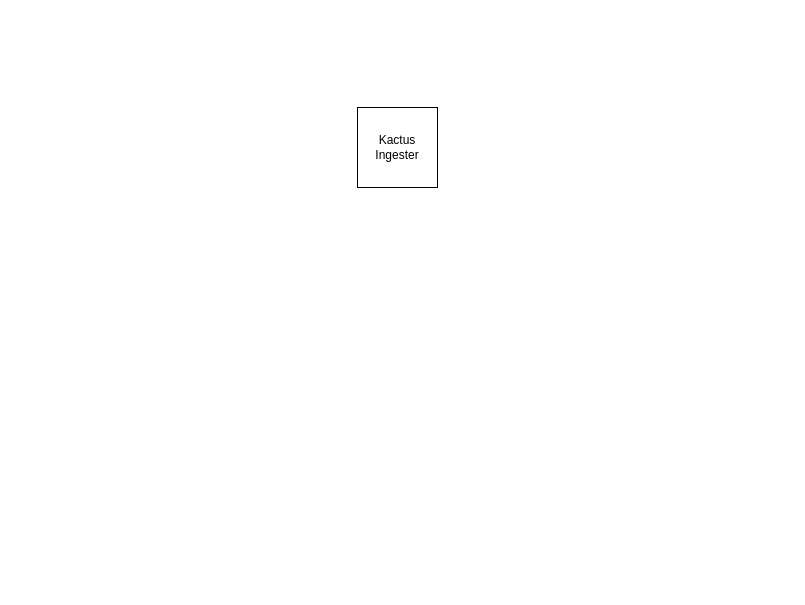
This is Catenary Architecture.drawio from CatenaryMaps/diagrams, a draw.io file, before an edit. Source tidied: cells renumbered, new cells numbered last; positions are measured from the earlier drawing's top-left corner, leaving out a move shared by most shapes. Both pictures are drawn from the tidied source at 100%, with x=0, y=0 at pixel (357, 107).
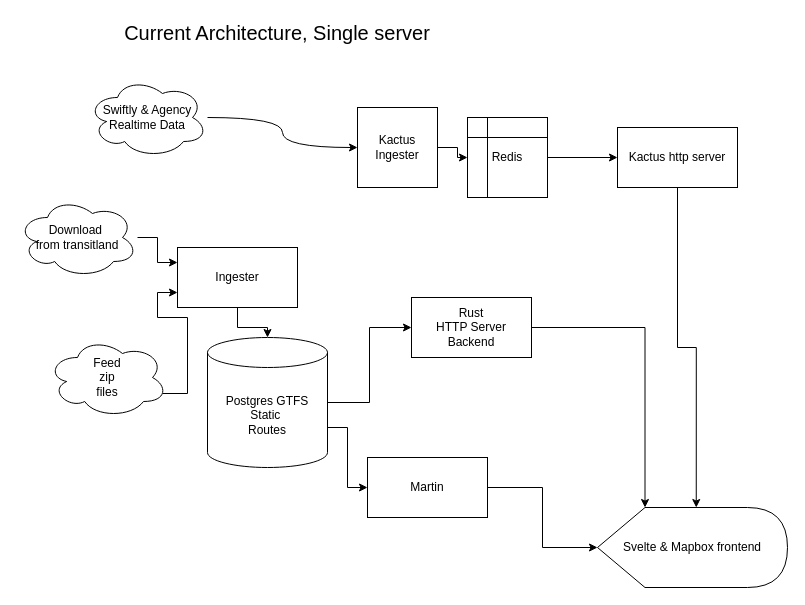
After the change.

Commit message:
Make current arch

The change refers to these unchanged cells:
```xml
<mxCell id="2" value="Kactus Ingester" style="whiteSpace=wrap;html=1;" parent="1" vertex="1">
  <mxGeometry width="80" height="80" as="geometry" />
</mxCell>
```

Change to the diagram source:
```diff
@@
+    <mxCell id="3" style="edgeStyle=orthogonalEdgeStyle;rounded=0;jettySize=auto;html=1;" parent="1" edge="1" source="2" target="12">
+      <mxGeometry relative="1" as="geometry" />
+    </mxCell>
@@
+    <mxCell id="4" style="edgeStyle=orthogonalEdgeStyle;rounded=0;jettySize=auto;html=1;curved=1;" parent="1" edge="1" source="5" target="2">
+      <mxGeometry relative="1" as="geometry" />
+    </mxCell>
+    <mxCell id="5" value="Swiftly &amp;amp; Agency&lt;br&gt;Realtime Data&lt;br&gt;" style="ellipse;shape=cloud;whiteSpace=wrap;html=1;" parent="1" vertex="1">
+      <mxGeometry x="-270" y="-30" width="120" height="80" as="geometry" />
+    </mxCell>
+    <mxCell id="6" style="edgeStyle=orthogonalEdgeStyle;rounded=0;jettySize=auto;html=1;" parent="1" edge="1" source="7" target="10">
+      <mxGeometry relative="1" as="geometry" />
+    </mxCell>
+    <mxCell id="7" value="Ingester" style="rounded=0;whiteSpace=wrap;html=1;" parent="1" vertex="1">
+      <mxGeometry x="-180" y="140" width="120" height="60" as="geometry" />
+    </mxCell>
+    <mxCell id="8" style="edgeStyle=orthogonalEdgeStyle;rounded=0;jettySize=auto;html=1;entryX=0;entryY=0.5;entryDx=0;entryDy=0;" parent="1" edge="1" source="10" target="18">
+      <mxGeometry relative="1" as="geometry" />
+    </mxCell>
+    <mxCell id="9" style="edgeStyle=orthogonalEdgeStyle;rounded=0;jettySize=auto;html=1;exitX=1;exitY=0;exitDx=0;exitDy=90;exitPerimeter=0;entryX=0;entryY=0.5;entryDx=0;entryDy=0;" parent="1" edge="1" source="10" target="21">
+      <mxGeometry relative="1" as="geometry" />
+    </mxCell>
+    <mxCell id="10" value="Postgres GTFS Static&amp;nbsp;&lt;br&gt;Routes" style="shape=cylinder3;whiteSpace=wrap;html=1;boundedLbl=1;backgroundOutline=1;size=15;" parent="1" vertex="1">
+      <mxGeometry x="-150" y="230" width="120" height="130" as="geometry" />
+    </mxCell>
+    <mxCell id="11" style="edgeStyle=orthogonalEdgeStyle;rounded=0;jettySize=auto;html=1;" parent="1" edge="1" source="12" target="19">
+      <mxGeometry relative="1" as="geometry" />
+    </mxCell>
+    <mxCell id="12" value="Redis" style="shape=internalStorage;whiteSpace=wrap;html=1;backgroundOutline=1;" parent="1" vertex="1">
+      <mxGeometry x="110" y="10" width="80" height="80" as="geometry" />
+    </mxCell>
+    <mxCell id="13" style="edgeStyle=orthogonalEdgeStyle;rounded=0;jettySize=auto;html=1;entryX=0;entryY=0.25;entryDx=0;entryDy=0;" parent="1" edge="1" source="14" target="7">
+      <mxGeometry relative="1" as="geometry" />
+    </mxCell>
+    <mxCell id="14" value="Download&amp;nbsp;&lt;br&gt;from transitland" style="ellipse;shape=cloud;whiteSpace=wrap;html=1;" parent="1" vertex="1">
+      <mxGeometry x="-340" y="90" width="120" height="80" as="geometry" />
+    </mxCell>
+    <mxCell id="15" style="edgeStyle=orthogonalEdgeStyle;rounded=0;jettySize=auto;html=1;exitX=0.96;exitY=0.7;exitDx=0;exitDy=0;exitPerimeter=0;entryX=0;entryY=0.75;entryDx=0;entryDy=0;" parent="1" edge="1" source="16" target="7">
+      <mxGeometry relative="1" as="geometry" />
+    </mxCell>
+    <mxCell id="16" value="Feed&lt;br&gt;zip&lt;br&gt;files" style="ellipse;shape=cloud;whiteSpace=wrap;html=1;" parent="1" vertex="1">
+      <mxGeometry x="-310" y="230" width="120" height="80" as="geometry" />
+    </mxCell>
+    <mxCell id="17" value="&lt;font style=&quot;font-size: 20px;&quot;&gt;Current Architecture, Single server&lt;/font&gt;" style="text;html=1;strokeColor=none;fillColor=none;align=center;verticalAlign=middle;whiteSpace=wrap;rounded=0;" parent="1" vertex="1">
+      <mxGeometry x="-280" y="-90" width="400" height="30" as="geometry" />
+    </mxCell>
+    <mxCell id="18" value="Rust&lt;br&gt;HTTP Server&lt;br&gt;Backend" style="rounded=0;whiteSpace=wrap;html=1;" parent="1" vertex="1">
+      <mxGeometry x="54" y="190" width="120" height="60" as="geometry" />
+    </mxCell>
+    <mxCell id="19" value="Kactus http server" style="rounded=0;whiteSpace=wrap;html=1;" parent="1" vertex="1">
+      <mxGeometry x="260" y="20" width="120" height="60" as="geometry" />
+    </mxCell>
+    <mxCell id="20" value="Svelte &amp;amp; Mapbox frontend" style="shape=display;whiteSpace=wrap;html=1;" parent="1" vertex="1">
+      <mxGeometry x="240" y="400" width="190" height="80" as="geometry" />
+    </mxCell>
+    <mxCell id="21" value="Martin" style="rounded=0;whiteSpace=wrap;html=1;" parent="1" vertex="1">
+      <mxGeometry x="10" y="350" width="120" height="60" as="geometry" />
+    </mxCell>
+    <mxCell id="22" style="edgeStyle=orthogonalEdgeStyle;rounded=0;jettySize=auto;html=1;exitX=0.5;exitY=1;exitDx=0;exitDy=0;entryX=0;entryY=0;entryDx=98.75;entryDy=0;entryPerimeter=0;" parent="1" edge="1" source="19" target="20">
+      <mxGeometry relative="1" as="geometry" />
+    </mxCell>
+    <mxCell id="23" style="edgeStyle=orthogonalEdgeStyle;rounded=0;jettySize=auto;html=1;entryX=0;entryY=0.5;entryDx=0;entryDy=0;entryPerimeter=0;" parent="1" edge="1" source="21" target="20">
+      <mxGeometry relative="1" as="geometry" />
+    </mxCell>
+    <mxCell id="24" style="edgeStyle=orthogonalEdgeStyle;rounded=0;jettySize=auto;html=1;entryX=0;entryY=0;entryDx=47.5;entryDy=0;entryPerimeter=0;" parent="1" edge="1" source="18" target="20">
+      <mxGeometry relative="1" as="geometry" />
+    </mxCell>
```
